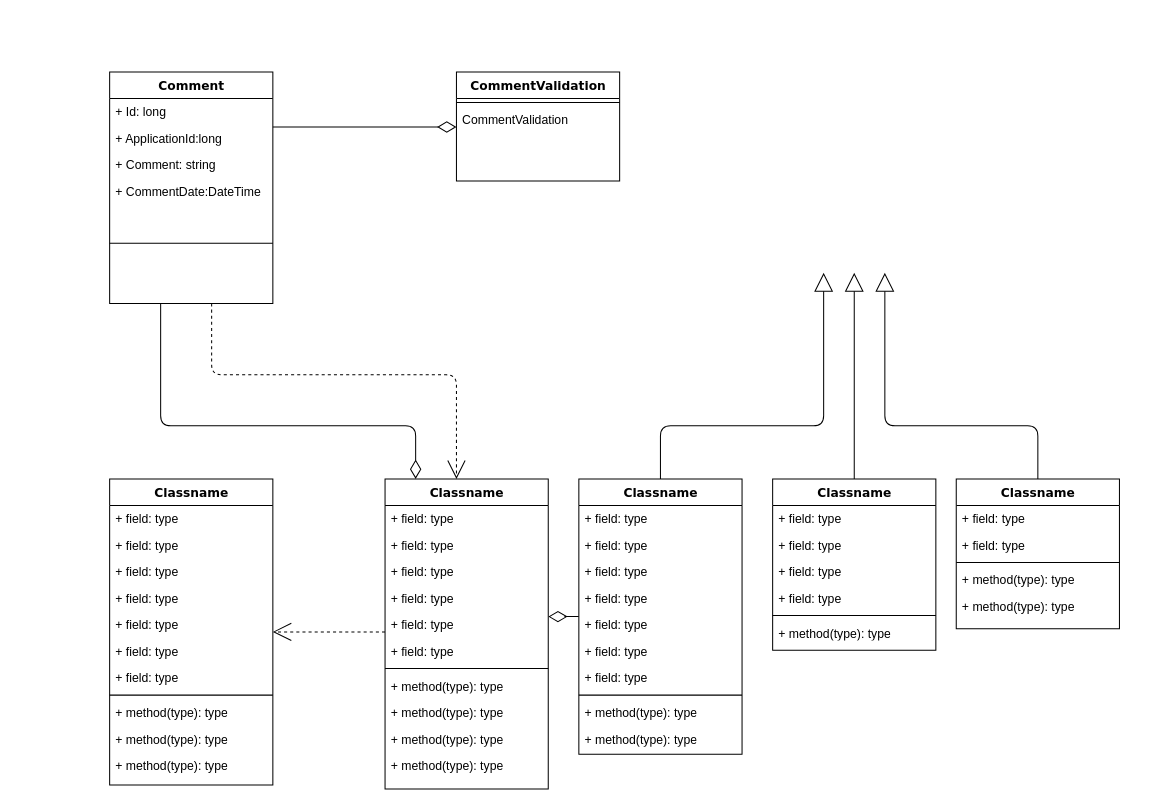
This is Untitled Diagram.drawio from mattwatts36/drawings, a draw.io file, before an edit. Source tidied: cells renumbered, new cells numbered last; positions are measured from the earlier drawing's top-left corner, leaving out a move shared by most shapes. Both pictures are drawn from the tidied source at 102%, with x=0, y=0 at pixel (109, 71).
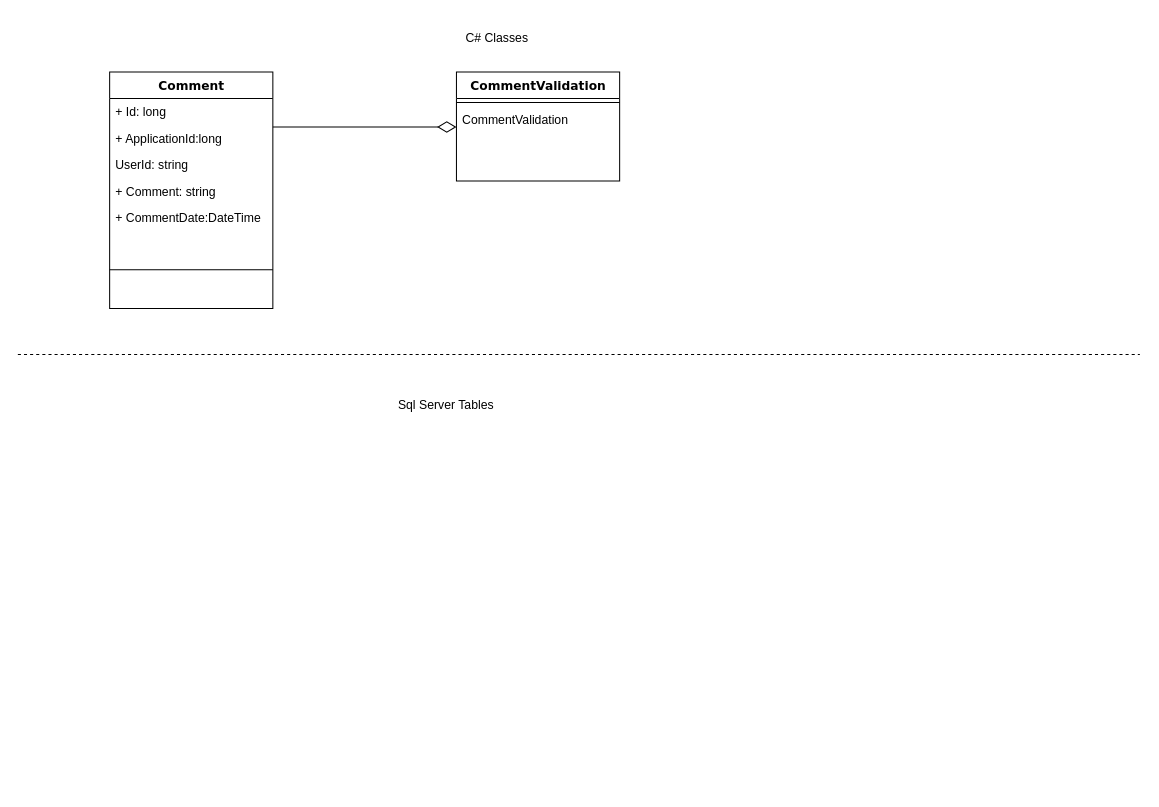
The same page after the edit.

The edit, as a diff of the source:
```diff
@@
-    <mxCell id="2" style="edgeStyle=orthogonalEdgeStyle;html=1;labelBackgroundColor=none;startFill=0;startSize=8;endArrow=open;endFill=0;endSize=16;fontFamily=Verdana;fontSize=12;dashed=1;" parent="1" edge="1" source="4" target="27">
-      <mxGeometry relative="1" as="geometry">
-        <Array as="points">
-          <mxPoint x="100" y="297" />
-          <mxPoint x="340" y="297" />
-        </Array>
-      </mxGeometry>
-    </mxCell>
-    <mxCell id="3" style="edgeStyle=orthogonalEdgeStyle;html=1;labelBackgroundColor=none;startFill=0;startSize=8;endArrow=diamondThin;endFill=0;endSize=16;fontFamily=Verdana;fontSize=12;" parent="1" edge="1" source="4" target="27">
-      <mxGeometry relative="1" as="geometry">
-        <Array as="points">
-          <mxPoint x="50" y="347" />
-          <mxPoint x="300" y="347" />
-        </Array>
-      </mxGeometry>
-    </mxCell>
     <mxCell id="4" value="Comment" style="swimlane;html=1;fontStyle=1;align=center;verticalAlign=top;horizontal=1;startSize=26;swimlaneFillColor=#ffffff;rounded=0;shadow=0;comic=0;labelBackgroundColor=none;strokeWidth=1;fillColor=none;fontFamily=Verdana;fontSize=12;" parent="1" vertex="1">
-      <mxGeometry width="160" height="227" as="geometry" />
+      <mxGeometry width="160" height="232" as="geometry" />
     </mxCell>
@@
+    <mxCell id="67" value="UserId: string" style="text;html=1;strokeColor=none;fillColor=none;align=left;verticalAlign=top;spacingLeft=4;spacingRight=4;whiteSpace=wrap;overflow=hidden;" parent="4" vertex="1">
+      <mxGeometry y="78" width="160" height="26" as="geometry" />
+    </mxCell>
     <mxCell id="7" value="+ Comment: string" style="text;html=1;strokeColor=none;fillColor=none;align=left;verticalAlign=top;spacingLeft=4;spacingRight=4;whiteSpace=wrap;overflow=hidden;" parent="4" vertex="1">
-      <mxGeometry y="78" width="160" height="26" as="geometry" />
+      <mxGeometry y="104" width="160" height="26" as="geometry" />
     </mxCell>
     <mxCell id="8" value="+ CommentDate:DateTime&amp;nbsp;" style="text;html=1;strokeColor=none;fillColor=none;align=left;verticalAlign=top;spacingLeft=4;spacingRight=4;whiteSpace=wrap;overflow=hidden;" parent="4" vertex="1">
-      <mxGeometry y="104" width="160" height="26" as="geometry" />
+      <mxGeometry y="130" width="160" height="26" as="geometry" />
     </mxCell>
     <mxCell id="9" style="line;html=1;strokeWidth=1;fillColor=none;align=left;verticalAlign=middle;spacingTop=-1;spacingLeft=3;spacingRight=3;labelPosition=right;" parent="4" vertex="1">
-      <mxGeometry y="130" width="160" height="76" as="geometry" />
+      <mxGeometry y="156" width="160" height="76" as="geometry" />
     </mxCell>
@@
-    <mxCell id="13" style="edgeStyle=elbowEdgeStyle;html=1;labelBackgroundColor=none;startFill=0;startSize=8;endArrow=open;endFill=0;endSize=16;fontFamily=Verdana;fontSize=12;elbow=vertical;dashed=1;" parent="1" edge="1" source="27" target="14">
-      <mxGeometry relative="1" as="geometry" />
-    </mxCell>
-    <mxCell id="14" value="Classname" style="swimlane;html=1;fontStyle=1;align=center;verticalAlign=top;horizontal=1;startSize=26;swimlaneFillColor=#ffffff;rounded=0;shadow=0;comic=0;labelBackgroundColor=none;strokeWidth=1;fillColor=none;fontFamily=Verdana;fontSize=12;" parent="1" vertex="1">
-      <mxGeometry y="399" width="160" height="300" as="geometry" />
-    </mxCell>
-    <mxCell id="15" value="+ field: type" style="text;html=1;strokeColor=none;fillColor=none;align=left;verticalAlign=top;spacingLeft=4;spacingRight=4;whiteSpace=wrap;overflow=hidden;" parent="14" vertex="1">
-      <mxGeometry y="26" width="160" height="26" as="geometry" />
-    </mxCell>
-    <mxCell id="16" value="+ field: type" style="text;html=1;strokeColor=none;fillColor=none;align=left;verticalAlign=top;spacingLeft=4;spacingRight=4;whiteSpace=wrap;overflow=hidden;" parent="14" vertex="1">
-      <mxGeometry y="52" width="160" height="26" as="geometry" />
-    </mxCell>
-    <mxCell id="17" value="+ field: type" style="text;html=1;strokeColor=none;fillColor=none;align=left;verticalAlign=top;spacingLeft=4;spacingRight=4;whiteSpace=wrap;overflow=hidden;" parent="14" vertex="1">
-      <mxGeometry y="78" width="160" height="26" as="geometry" />
-    </mxCell>
-    <mxCell id="18" value="+ field: type" style="text;html=1;strokeColor=none;fillColor=none;align=left;verticalAlign=top;spacingLeft=4;spacingRight=4;whiteSpace=wrap;overflow=hidden;" parent="14" vertex="1">
-      <mxGeometry y="104" width="160" height="26" as="geometry" />
-    </mxCell>
-    <mxCell id="19" value="+ field: type" style="text;html=1;strokeColor=none;fillColor=none;align=left;verticalAlign=top;spacingLeft=4;spacingRight=4;whiteSpace=wrap;overflow=hidden;" parent="14" vertex="1">
-      <mxGeometry y="130" width="160" height="26" as="geometry" />
-    </mxCell>
-    <mxCell id="20" value="+ field: type" style="text;html=1;strokeColor=none;fillColor=none;align=left;verticalAlign=top;spacingLeft=4;spacingRight=4;whiteSpace=wrap;overflow=hidden;" parent="14" vertex="1">
-      <mxGeometry y="156" width="160" height="26" as="geometry" />
-    </mxCell>
-    <mxCell id="21" value="+ field: type" style="text;html=1;strokeColor=none;fillColor=none;align=left;verticalAlign=top;spacingLeft=4;spacingRight=4;whiteSpace=wrap;overflow=hidden;" parent="14" vertex="1">
-      <mxGeometry y="182" width="160" height="26" as="geometry" />
-    </mxCell>
-    <mxCell id="22" style="line;html=1;strokeWidth=1;fillColor=none;align=left;verticalAlign=middle;spacingTop=-1;spacingLeft=3;spacingRight=3;labelPosition=right;" parent="14" vertex="1">
-      <mxGeometry y="208" width="160" height="8" as="geometry" />
-    </mxCell>
-    <mxCell id="23" value="+ method(type): type" style="text;html=1;strokeColor=none;fillColor=none;align=left;verticalAlign=top;spacingLeft=4;spacingRight=4;whiteSpace=wrap;overflow=hidden;" parent="14" vertex="1">
-      <mxGeometry y="216" width="160" height="26" as="geometry" />
-    </mxCell>
-    <mxCell id="24" value="+ method(type): type" style="text;html=1;strokeColor=none;fillColor=none;align=left;verticalAlign=top;spacingLeft=4;spacingRight=4;whiteSpace=wrap;overflow=hidden;" parent="14" vertex="1">
-      <mxGeometry y="242" width="160" height="26" as="geometry" />
-    </mxCell>
-    <mxCell id="25" value="+ method(type): type" style="text;html=1;strokeColor=none;fillColor=none;align=left;verticalAlign=top;spacingLeft=4;spacingRight=4;whiteSpace=wrap;overflow=hidden;" parent="14" vertex="1">
-      <mxGeometry y="268" width="160" height="26" as="geometry" />
-    </mxCell>
-    <mxCell id="26" style="edgeStyle=elbowEdgeStyle;html=1;labelBackgroundColor=none;startFill=0;startSize=8;endArrow=diamondThin;endFill=0;endSize=16;fontFamily=Verdana;fontSize=12;elbow=vertical;" parent="1" edge="1" source="40" target="27">
-      <mxGeometry relative="1" as="geometry" />
-    </mxCell>
-    <mxCell id="27" value="Classname" style="swimlane;html=1;fontStyle=1;align=center;verticalAlign=top;horizontal=1;startSize=26;swimlaneFillColor=#ffffff;rounded=0;shadow=0;comic=0;labelBackgroundColor=none;strokeWidth=1;fillColor=none;fontFamily=Verdana;fontSize=12;" parent="1" vertex="1">
-      <mxGeometry x="270" y="399" width="160" height="304" as="geometry" />
-    </mxCell>
-    <mxCell id="28" value="+ field: type" style="text;html=1;strokeColor=none;fillColor=none;align=left;verticalAlign=top;spacingLeft=4;spacingRight=4;whiteSpace=wrap;overflow=hidden;" parent="27" vertex="1">
-      <mxGeometry y="26" width="160" height="26" as="geometry" />
-    </mxCell>
-    <mxCell id="29" value="+ field: type" style="text;html=1;strokeColor=none;fillColor=none;align=left;verticalAlign=top;spacingLeft=4;spacingRight=4;whiteSpace=wrap;overflow=hidden;" parent="27" vertex="1">
-      <mxGeometry y="52" width="160" height="26" as="geometry" />
-    </mxCell>
-    <mxCell id="30" value="+ field: type" style="text;html=1;strokeColor=none;fillColor=none;align=left;verticalAlign=top;spacingLeft=4;spacingRight=4;whiteSpace=wrap;overflow=hidden;" parent="27" vertex="1">
-      <mxGeometry y="78" width="160" height="26" as="geometry" />
-    </mxCell>
-    <mxCell id="31" value="+ field: type" style="text;html=1;strokeColor=none;fillColor=none;align=left;verticalAlign=top;spacingLeft=4;spacingRight=4;whiteSpace=wrap;overflow=hidden;" parent="27" vertex="1">
-      <mxGeometry y="104" width="160" height="26" as="geometry" />
-    </mxCell>
-    <mxCell id="32" value="+ field: type" style="text;html=1;strokeColor=none;fillColor=none;align=left;verticalAlign=top;spacingLeft=4;spacingRight=4;whiteSpace=wrap;overflow=hidden;" parent="27" vertex="1">
-      <mxGeometry y="130" width="160" height="26" as="geometry" />
-    </mxCell>
-    <mxCell id="33" value="+ field: type" style="text;html=1;strokeColor=none;fillColor=none;align=left;verticalAlign=top;spacingLeft=4;spacingRight=4;whiteSpace=wrap;overflow=hidden;" parent="27" vertex="1">
-      <mxGeometry y="156" width="160" height="26" as="geometry" />
-    </mxCell>
-    <mxCell id="34" style="line;html=1;strokeWidth=1;fillColor=none;align=left;verticalAlign=middle;spacingTop=-1;spacingLeft=3;spacingRight=3;labelPosition=right;" parent="27" vertex="1">
-      <mxGeometry y="182" width="160" height="8" as="geometry" />
-    </mxCell>
-    <mxCell id="35" value="+ method(type): type" style="text;html=1;strokeColor=none;fillColor=none;align=left;verticalAlign=top;spacingLeft=4;spacingRight=4;whiteSpace=wrap;overflow=hidden;" parent="27" vertex="1">
-      <mxGeometry y="190" width="160" height="26" as="geometry" />
-    </mxCell>
-    <mxCell id="36" value="+ method(type): type" style="text;html=1;strokeColor=none;fillColor=none;align=left;verticalAlign=top;spacingLeft=4;spacingRight=4;whiteSpace=wrap;overflow=hidden;" parent="27" vertex="1">
-      <mxGeometry y="216" width="160" height="26" as="geometry" />
-    </mxCell>
-    <mxCell id="37" value="+ method(type): type" style="text;html=1;strokeColor=none;fillColor=none;align=left;verticalAlign=top;spacingLeft=4;spacingRight=4;whiteSpace=wrap;overflow=hidden;" parent="27" vertex="1">
-      <mxGeometry y="242" width="160" height="26" as="geometry" />
-    </mxCell>
-    <mxCell id="38" value="+ method(type): type" style="text;html=1;strokeColor=none;fillColor=none;align=left;verticalAlign=top;spacingLeft=4;spacingRight=4;whiteSpace=wrap;overflow=hidden;" parent="27" vertex="1">
-      <mxGeometry y="268" width="160" height="26" as="geometry" />
-    </mxCell>
-    <mxCell id="39" style="edgeStyle=orthogonalEdgeStyle;html=1;labelBackgroundColor=none;startFill=0;startSize=8;endArrow=block;endFill=0;endSize=16;fontFamily=Verdana;fontSize=12;" parent="1" edge="1" source="40">
-      <mxGeometry relative="1" as="geometry">
-        <mxPoint x="700" y="197" as="targetPoint" />
-        <Array as="points">
-          <mxPoint x="540" y="347" />
-          <mxPoint x="700" y="347" />
-        </Array>
-      </mxGeometry>
-    </mxCell>
-    <mxCell id="40" value="Classname" style="swimlane;html=1;fontStyle=1;align=center;verticalAlign=top;horizontal=1;startSize=26;swimlaneFillColor=#ffffff;rounded=0;shadow=0;comic=0;labelBackgroundColor=none;strokeWidth=1;fillColor=none;fontFamily=Verdana;fontSize=12;" parent="1" vertex="1">
-      <mxGeometry x="460" y="399" width="160" height="270" as="geometry" />
-    </mxCell>
-    <mxCell id="41" value="+ field: type" style="text;html=1;strokeColor=none;fillColor=none;align=left;verticalAlign=top;spacingLeft=4;spacingRight=4;whiteSpace=wrap;overflow=hidden;" parent="40" vertex="1">
-      <mxGeometry y="26" width="160" height="26" as="geometry" />
-    </mxCell>
-    <mxCell id="42" value="+ field: type" style="text;html=1;strokeColor=none;fillColor=none;align=left;verticalAlign=top;spacingLeft=4;spacingRight=4;whiteSpace=wrap;overflow=hidden;" parent="40" vertex="1">
-      <mxGeometry y="52" width="160" height="26" as="geometry" />
-    </mxCell>
-    <mxCell id="43" value="+ field: type" style="text;html=1;strokeColor=none;fillColor=none;align=left;verticalAlign=top;spacingLeft=4;spacingRight=4;whiteSpace=wrap;overflow=hidden;" parent="40" vertex="1">
-      <mxGeometry y="78" width="160" height="26" as="geometry" />
-    </mxCell>
-    <mxCell id="44" value="+ field: type" style="text;html=1;strokeColor=none;fillColor=none;align=left;verticalAlign=top;spacingLeft=4;spacingRight=4;whiteSpace=wrap;overflow=hidden;" parent="40" vertex="1">
-      <mxGeometry y="104" width="160" height="26" as="geometry" />
-    </mxCell>
-    <mxCell id="45" value="+ field: type" style="text;html=1;strokeColor=none;fillColor=none;align=left;verticalAlign=top;spacingLeft=4;spacingRight=4;whiteSpace=wrap;overflow=hidden;" parent="40" vertex="1">
-      <mxGeometry y="130" width="160" height="26" as="geometry" />
-    </mxCell>
-    <mxCell id="46" value="+ field: type" style="text;html=1;strokeColor=none;fillColor=none;align=left;verticalAlign=top;spacingLeft=4;spacingRight=4;whiteSpace=wrap;overflow=hidden;" parent="40" vertex="1">
-      <mxGeometry y="156" width="160" height="26" as="geometry" />
-    </mxCell>
-    <mxCell id="47" value="+ field: type" style="text;html=1;strokeColor=none;fillColor=none;align=left;verticalAlign=top;spacingLeft=4;spacingRight=4;whiteSpace=wrap;overflow=hidden;" parent="40" vertex="1">
-      <mxGeometry y="182" width="160" height="26" as="geometry" />
-    </mxCell>
-    <mxCell id="48" style="line;html=1;strokeWidth=1;fillColor=none;align=left;verticalAlign=middle;spacingTop=-1;spacingLeft=3;spacingRight=3;labelPosition=right;" parent="40" vertex="1">
-      <mxGeometry y="208" width="160" height="8" as="geometry" />
-    </mxCell>
-    <mxCell id="49" value="+ method(type): type" style="text;html=1;strokeColor=none;fillColor=none;align=left;verticalAlign=top;spacingLeft=4;spacingRight=4;whiteSpace=wrap;overflow=hidden;" parent="40" vertex="1">
-      <mxGeometry y="216" width="160" height="26" as="geometry" />
-    </mxCell>
-    <mxCell id="50" value="+ method(type): type" style="text;html=1;strokeColor=none;fillColor=none;align=left;verticalAlign=top;spacingLeft=4;spacingRight=4;whiteSpace=wrap;overflow=hidden;" parent="40" vertex="1">
-      <mxGeometry y="242" width="160" height="26" as="geometry" />
-    </mxCell>
-    <mxCell id="51" style="edgeStyle=orthogonalEdgeStyle;html=1;labelBackgroundColor=none;startFill=0;startSize=8;endArrow=block;endFill=0;endSize=16;fontFamily=Verdana;fontSize=12;" parent="1" edge="1" source="52">
-      <mxGeometry relative="1" as="geometry">
-        <mxPoint x="730" y="197" as="targetPoint" />
-      </mxGeometry>
-    </mxCell>
-    <mxCell id="52" value="Classname" style="swimlane;html=1;fontStyle=1;align=center;verticalAlign=top;horizontal=1;startSize=26;swimlaneFillColor=#ffffff;rounded=0;shadow=0;comic=0;labelBackgroundColor=none;strokeWidth=1;fillColor=none;fontFamily=Verdana;fontSize=12;" parent="1" vertex="1">
-      <mxGeometry x="650" y="399" width="160" height="168" as="geometry" />
-    </mxCell>
-    <mxCell id="53" value="+ field: type" style="text;html=1;strokeColor=none;fillColor=none;align=left;verticalAlign=top;spacingLeft=4;spacingRight=4;whiteSpace=wrap;overflow=hidden;" parent="52" vertex="1">
-      <mxGeometry y="26" width="160" height="26" as="geometry" />
-    </mxCell>
-    <mxCell id="54" value="+ field: type" style="text;html=1;strokeColor=none;fillColor=none;align=left;verticalAlign=top;spacingLeft=4;spacingRight=4;whiteSpace=wrap;overflow=hidden;" parent="52" vertex="1">
-      <mxGeometry y="52" width="160" height="26" as="geometry" />
-    </mxCell>
-    <mxCell id="55" value="+ field: type" style="text;html=1;strokeColor=none;fillColor=none;align=left;verticalAlign=top;spacingLeft=4;spacingRight=4;whiteSpace=wrap;overflow=hidden;" parent="52" vertex="1">
-      <mxGeometry y="78" width="160" height="26" as="geometry" />
-    </mxCell>
-    <mxCell id="56" value="+ field: type" style="text;html=1;strokeColor=none;fillColor=none;align=left;verticalAlign=top;spacingLeft=4;spacingRight=4;whiteSpace=wrap;overflow=hidden;" parent="52" vertex="1">
-      <mxGeometry y="104" width="160" height="26" as="geometry" />
-    </mxCell>
-    <mxCell id="57" style="line;html=1;strokeWidth=1;fillColor=none;align=left;verticalAlign=middle;spacingTop=-1;spacingLeft=3;spacingRight=3;labelPosition=right;" parent="52" vertex="1">
-      <mxGeometry y="130" width="160" height="8" as="geometry" />
-    </mxCell>
-    <mxCell id="58" value="+ method(type): type" style="text;html=1;strokeColor=none;fillColor=none;align=left;verticalAlign=top;spacingLeft=4;spacingRight=4;whiteSpace=wrap;overflow=hidden;" parent="52" vertex="1">
-      <mxGeometry y="138" width="160" height="26" as="geometry" />
-    </mxCell>
-    <mxCell id="59" style="edgeStyle=orthogonalEdgeStyle;html=1;labelBackgroundColor=none;startFill=0;startSize=8;endArrow=block;endFill=0;endSize=16;fontFamily=Verdana;fontSize=12;" parent="1" edge="1" source="60">
-      <mxGeometry relative="1" as="geometry">
-        <mxPoint x="760" y="197" as="targetPoint" />
-        <Array as="points">
-          <mxPoint x="910" y="347" />
-          <mxPoint x="760" y="347" />
-        </Array>
-      </mxGeometry>
-    </mxCell>
-    <mxCell id="60" value="Classname" style="swimlane;html=1;fontStyle=1;align=center;verticalAlign=top;horizontal=1;startSize=26;swimlaneFillColor=#ffffff;rounded=0;shadow=0;comic=0;labelBackgroundColor=none;strokeWidth=1;fillColor=none;fontFamily=Verdana;fontSize=12;" parent="1" vertex="1">
-      <mxGeometry x="830" y="399" width="160" height="147" as="geometry" />
-    </mxCell>
-    <mxCell id="61" value="+ field: type" style="text;html=1;strokeColor=none;fillColor=none;align=left;verticalAlign=top;spacingLeft=4;spacingRight=4;whiteSpace=wrap;overflow=hidden;" parent="60" vertex="1">
-      <mxGeometry y="26" width="160" height="26" as="geometry" />
-    </mxCell>
-    <mxCell id="62" value="+ field: type" style="text;html=1;strokeColor=none;fillColor=none;align=left;verticalAlign=top;spacingLeft=4;spacingRight=4;whiteSpace=wrap;overflow=hidden;" parent="60" vertex="1">
-      <mxGeometry y="52" width="160" height="26" as="geometry" />
-    </mxCell>
-    <mxCell id="63" style="line;html=1;strokeWidth=1;fillColor=none;align=left;verticalAlign=middle;spacingTop=-1;spacingLeft=3;spacingRight=3;labelPosition=right;" parent="60" vertex="1">
-      <mxGeometry y="78" width="160" height="8" as="geometry" />
-    </mxCell>
-    <mxCell id="64" value="+ method(type): type" style="text;html=1;strokeColor=none;fillColor=none;align=left;verticalAlign=top;spacingLeft=4;spacingRight=4;whiteSpace=wrap;overflow=hidden;" parent="60" vertex="1">
-      <mxGeometry y="86" width="160" height="26" as="geometry" />
-    </mxCell>
-    <mxCell id="65" value="+ method(type): type" style="text;html=1;strokeColor=none;fillColor=none;align=left;verticalAlign=top;spacingLeft=4;spacingRight=4;whiteSpace=wrap;overflow=hidden;" parent="60" vertex="1">
-      <mxGeometry y="112" width="160" height="26" as="geometry" />
-    </mxCell>
@@
+    <mxCell id="68" style="endArrow=none;dashed=1;html=1;" parent="1" edge="1">
+      <mxGeometry relative="1" as="geometry">
+        <mxPoint x="-90" y="277" as="sourcePoint" />
+        <mxPoint x="1010" y="277" as="targetPoint" />
+      </mxGeometry>
+    </mxCell>
+    <mxCell id="69" value="C# Classes" style="text;html=1;strokeColor=none;fillColor=none;align=center;verticalAlign=middle;whiteSpace=wrap;rounded=0;" parent="1" vertex="1">
+      <mxGeometry x="300" y="-53" width="160" height="40" as="geometry" />
+    </mxCell>
+    <mxCell id="70" value="Sql Server Tables" style="text;html=1;strokeColor=none;fillColor=none;align=center;verticalAlign=middle;whiteSpace=wrap;rounded=0;" parent="1" vertex="1">
+      <mxGeometry x="250" y="307" width="160" height="40" as="geometry" />
+    </mxCell>
```
